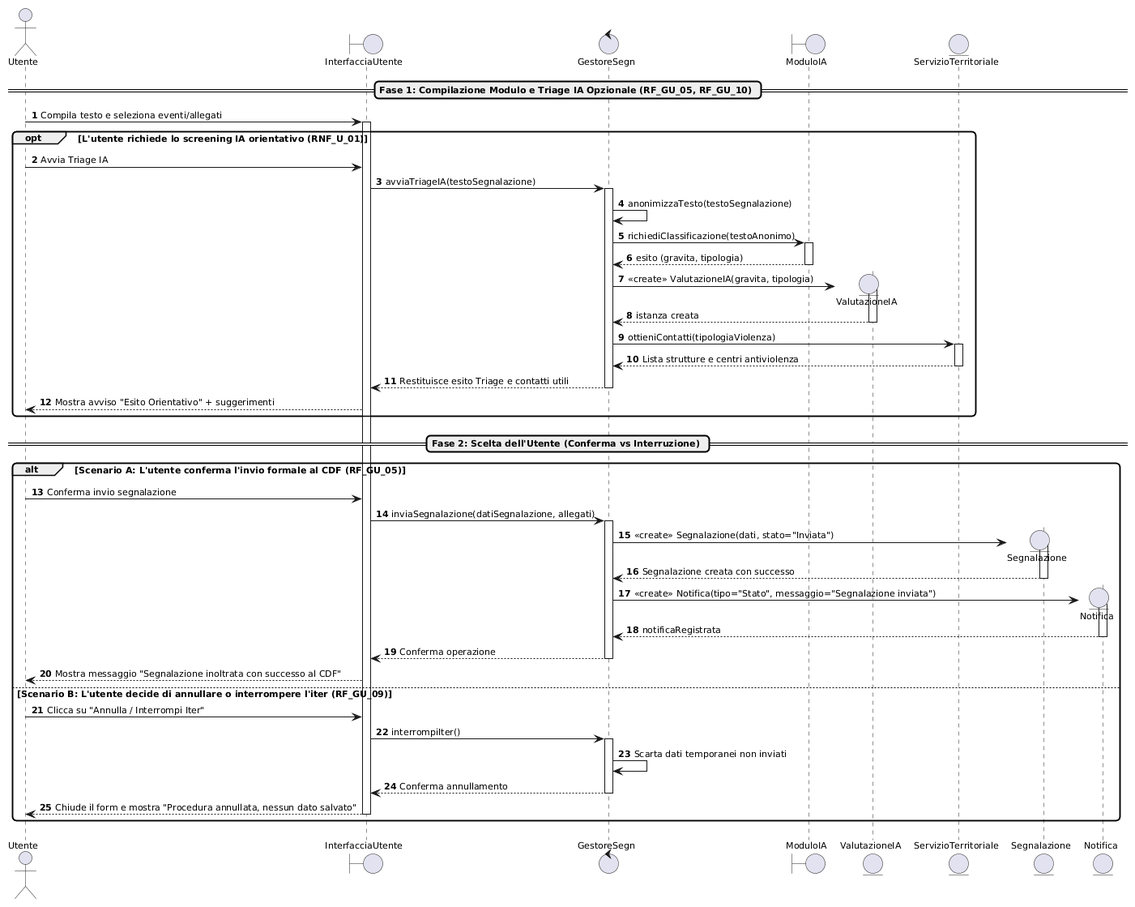
Earlier version of the PlantUML export docs/rad/assets/images/SD_Invio_Segnalazione_Utente.png (pharos-oss/pharos).
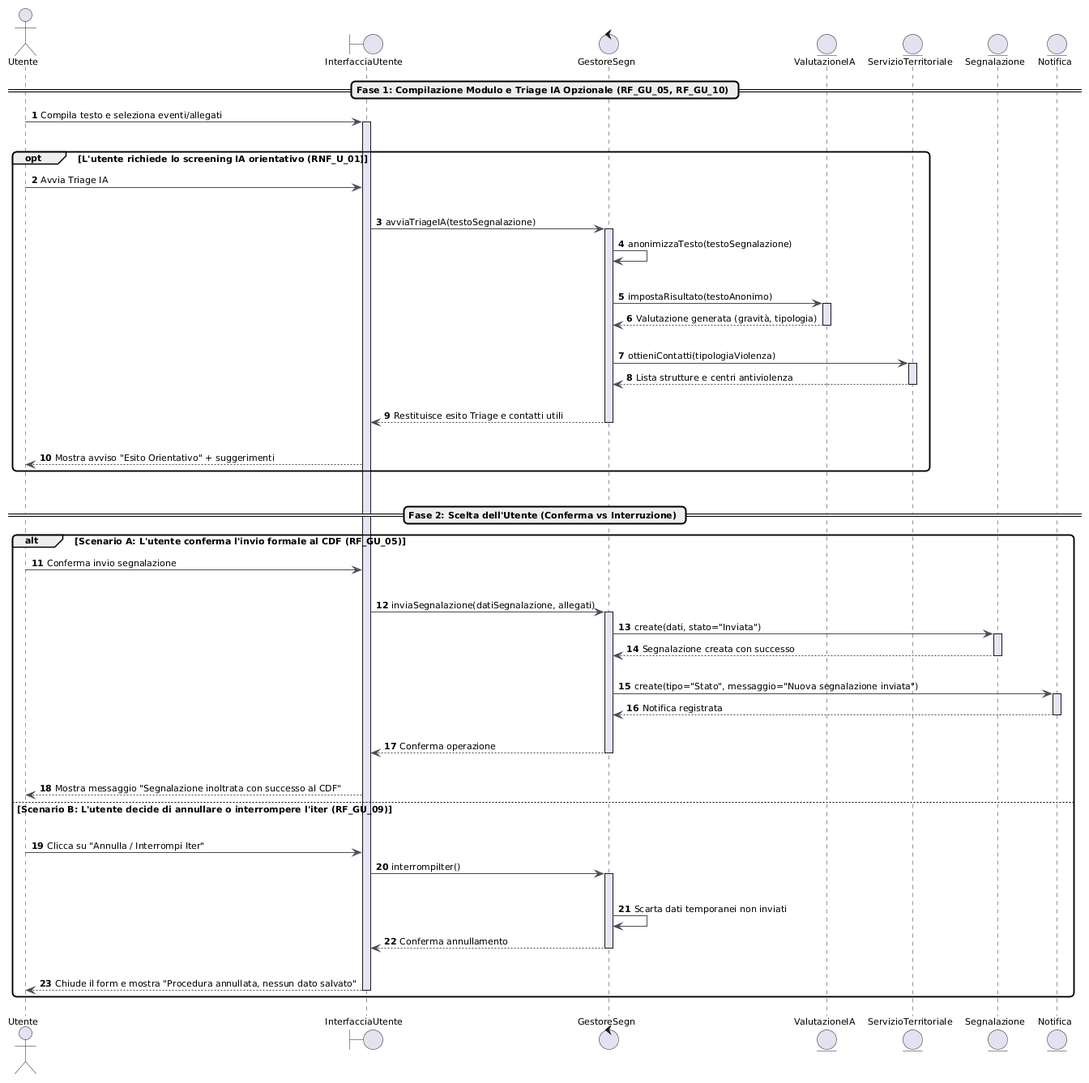
After the change.

Commit message:
fix: corretto overlapping entity component, corretto orientamento frecce

The edit, as a diff of the source:
```diff
@@ -5,12 +5,22 @@
 skinparam roundcorner 10
 skinparam BoxPadding 10
 
+skinparam sequence {
+    ArrowColor #4A4A5A
+    LifeLineBorderColor #1E2A4A
+    LifeLineBackgroundColor #E8E4F5
+    ParticipantBorderColor #1E2A4A
+    ParticipantBackgroundColor White
+    ParticipantFontColor #1E2A4A
+    BoxBackgroundColor #F8F9FA
+    BoxBorderColor #D0D0D0
+}
+
 autonumber
 
 actor "Utente" as U
 boundary "InterfacciaUtente" as IU
 control "GestoreSegn" as GS
-boundary "ModuloIA" as MIA
 entity "ValutazioneIA" as VIA
 entity "ServizioTerritoriale" as ST
 entity "Segnalazione" as S
@@ -21,71 +31,95 @@
 U -> IU : Compila testo e seleziona eventi/allegati
 activate IU
 
+|||
+
 opt L'utente richiede lo screening IA orientativo (RNF_U_01)
     U -> IU : Avvia Triage IA
+
+    |||
+
     IU -> GS : avviaTriageIA(testoSegnalazione)
     activate GS
 
     GS -> GS : anonimizzaTesto(testoSegnalazione)
 
-    GS -> MIA : richiediClassificazione(testoAnonimo)
-    activate MIA
-    MIA --> GS : esito (gravita, tipologia)
-    deactivate MIA
+    |||
 
-    create VIA
-    GS -> VIA : <<create>> ValutazioneIA(gravita, tipologia)
+    GS -> VIA : impostaRisultato(testoAnonimo)
     activate VIA
-    VIA --> GS : istanza creata
+    VIA --> GS : Valutazione generata (gravità, tipologia)
     deactivate VIA
+
+    ||20||
 
     GS -> ST : ottieniContatti(tipologiaViolenza)
     activate ST
     ST --> GS : Lista strutture e centri antiviolenza
     deactivate ST
 
+    ||20||
+
     GS --> IU : Restituisce esito Triage e contatti utili
     deactivate GS
+
+    |||
+
     IU --> U : Mostra avviso "Esito Orientativo" + suggerimenti
 end
+
+||20||
 
 == Fase 2: Scelta dell'Utente (Conferma vs Interruzione) ==
 
 alt Scenario A: L'utente conferma l'invio formale al CDF (RF_GU_05)
 
     U -> IU : Conferma invio segnalazione
+
+    |||
+
     IU -> GS : inviaSegnalazione(datiSegnalazione, allegati)
     activate GS
 
-    create S
-    GS -> S : <<create>> Segnalazione(dati, stato="Inviata")
+    GS -> S : create(dati, stato="Inviata")
     activate S
     S --> GS : Segnalazione creata con successo
     deactivate S
 
-    create N
-    GS -> N : <<create>> Notifica(tipo="Stato", messaggio="Segnalazione inviata")
+    ||20||
+
+    GS -> N : create(tipo="Stato", messaggio="Nuova segnalazione inviata")
     activate N
-    N --> GS : notificaRegistrata
+    N --> GS : Notifica registrata
     deactivate N
+
+    ||20||
 
     GS --> IU : Conferma operazione
     deactivate GS
+
+    |||
+
     IU --> U : Mostra messaggio "Segnalazione inoltrata con successo al CDF"
 
 else Scenario B: L'utente decide di annullare o interrompere l'iter (RF_GU_09)
+
+    |||
 
     U -> IU : Clicca su "Annulla / Interrompi Iter"
     IU -> GS : interrompiIter()
     activate GS
 
+    |||
+
     GS -> GS : Scarta dati temporanei non inviati
     GS --> IU : Conferma annullamento
     deactivate GS
 
+    |||
+
     IU --> U : Chiude il form e mostra "Procedura annullata, nessun dato salvato"
+
     deactivate IU
+
 end
-
-deactivate IU
 @enduml
```
